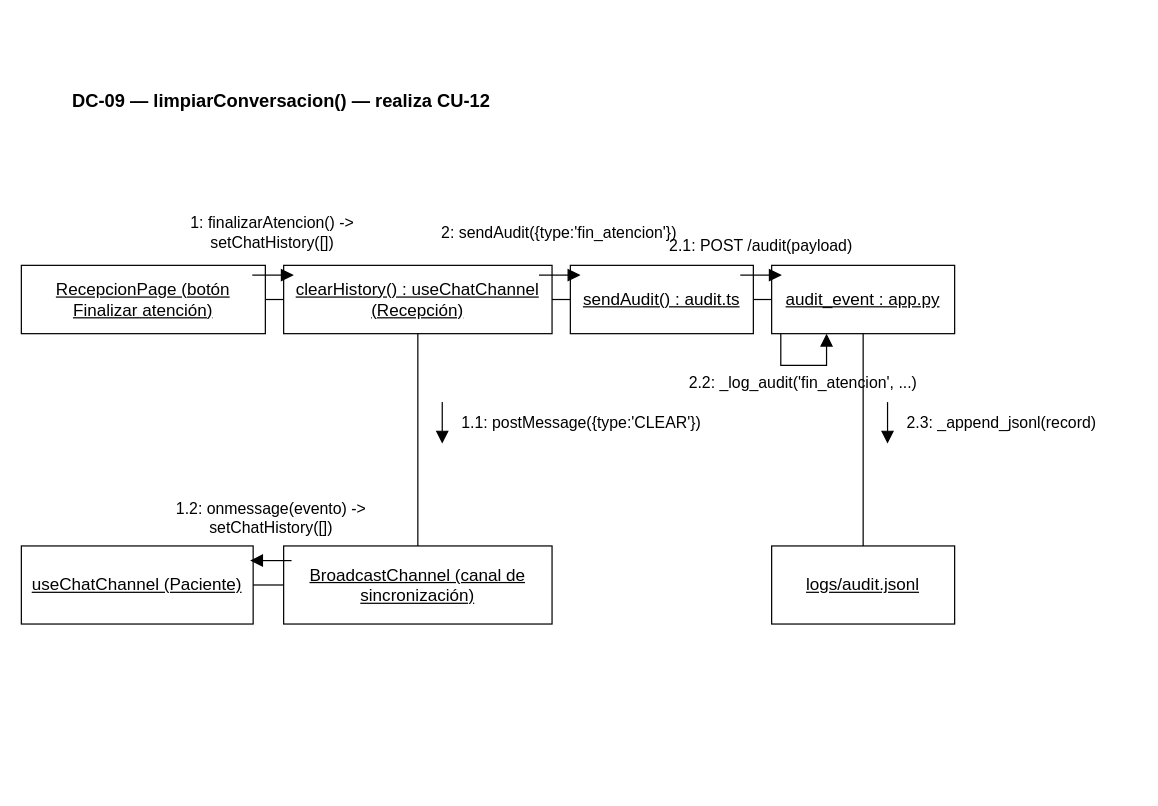
This is docs/diagramas/colaboracion/08_colaboracion_dc09.drawio from santinohamada/Nexora, a draw.io file, before an edit. Source tidied: cells renumbered, new cells numbered last; positions are measured from the earlier drawing's top-left corner, leaving out a move shared by most shapes. Both pictures are drawn from the tidied source at 122%, with x=0, y=0 at pixel (21, 82).
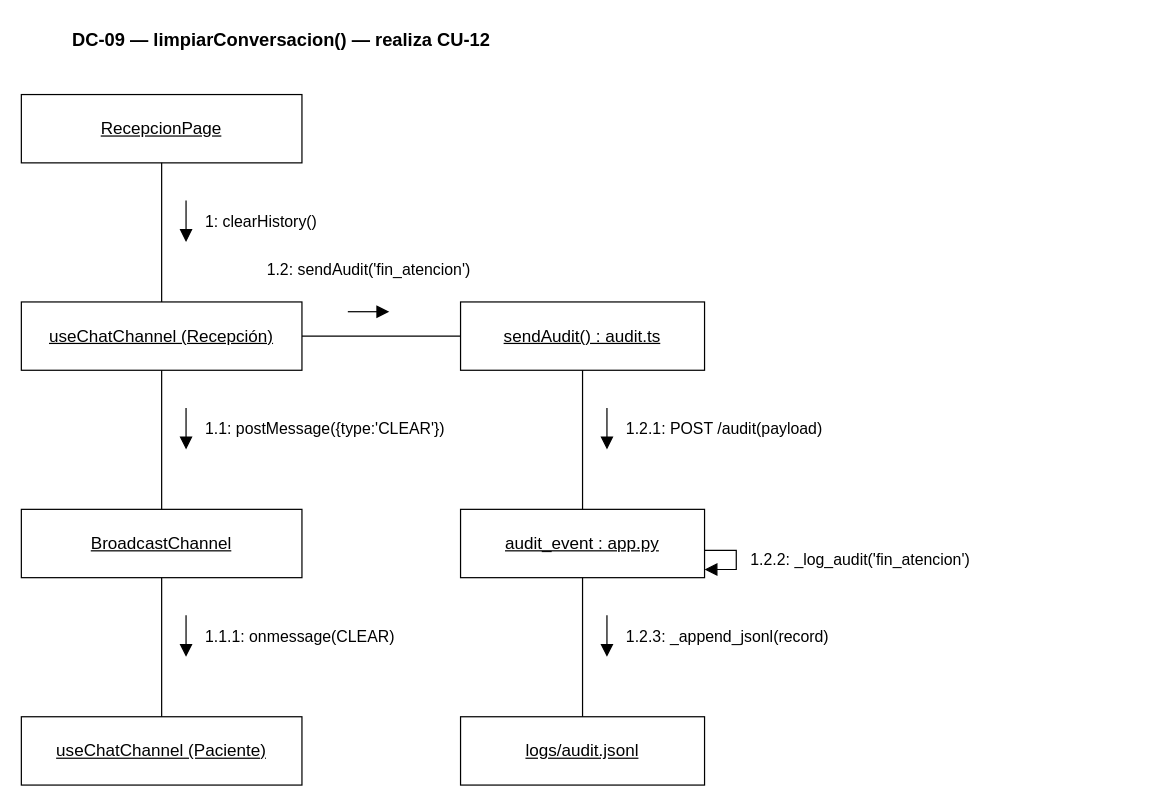
After the change.

What changed in the source:
```diff
@@
     <mxCell id="2" value="DC-09 — limpiarConversacion() — realiza CU-12" style="text;html=1;align=left;verticalAlign=middle;fontFamily=Helvetica;fontSize=15;fontStyle=1;whiteSpace=wrap;" parent="1" vertex="1">
-      <mxGeometry x="40" width="700" height="30" as="geometry" />
+      <mxGeometry x="40" y="-50" width="560" height="30" as="geometry" />
     </mxCell>
-    <mxCell id="3" value="&lt;u&gt;RecepcionPage (botón Finalizar atención)&lt;/u&gt;" style="rounded=0;whiteSpace=wrap;html=1;fillColor=#ffffff;strokeColor=#000000;fontFamily=Helvetica;fontSize=14;align=center;verticalAlign=middle;" parent="1" vertex="1">
-      <mxGeometry y="150" width="200" height="56" as="geometry" />
+    <mxCell id="3" value="&lt;u&gt;RecepcionPage&lt;/u&gt;" style="rounded=0;whiteSpace=wrap;html=1;fillColor=#ffffff;strokeColor=#000000;fontFamily=Helvetica;fontSize=14;align=center;verticalAlign=middle;" parent="1" vertex="1">
+      <mxGeometry y="10" width="230" height="56" as="geometry" />
     </mxCell>
-    <mxCell id="4" value="&lt;u&gt;clearHistory() : useChatChannel (Recepción)&lt;/u&gt;" style="rounded=0;whiteSpace=wrap;html=1;fillColor=#ffffff;strokeColor=#000000;fontFamily=Helvetica;fontSize=14;align=center;verticalAlign=middle;" parent="1" vertex="1">
-      <mxGeometry x="215" y="150" width="220" height="56" as="geometry" />
+    <mxCell id="4" value="&lt;u&gt;useChatChannel (Recepción)&lt;/u&gt;" style="rounded=0;whiteSpace=wrap;html=1;fillColor=#ffffff;strokeColor=#000000;fontFamily=Helvetica;fontSize=14;align=center;verticalAlign=middle;" parent="1" vertex="1">
+      <mxGeometry y="180" width="230" height="56" as="geometry" />
     </mxCell>
-    <mxCell id="5" value="&lt;u&gt;sendAudit() : audit.ts&lt;/u&gt;" style="rounded=0;whiteSpace=wrap;html=1;fillColor=#ffffff;strokeColor=#000000;fontFamily=Helvetica;fontSize=14;align=center;verticalAlign=middle;" parent="1" vertex="1">
-      <mxGeometry x="450" y="150" width="150" height="56" as="geometry" />
+    <mxCell id="5" value="&lt;u&gt;BroadcastChannel&lt;/u&gt;" style="rounded=0;whiteSpace=wrap;html=1;fillColor=#ffffff;strokeColor=#000000;fontFamily=Helvetica;fontSize=14;align=center;verticalAlign=middle;" parent="1" vertex="1">
+      <mxGeometry y="350" width="230" height="56" as="geometry" />
     </mxCell>
-    <mxCell id="6" value="&lt;u&gt;audit_event : app.py&lt;/u&gt;" style="rounded=0;whiteSpace=wrap;html=1;fillColor=#ffffff;strokeColor=#000000;fontFamily=Helvetica;fontSize=14;align=center;verticalAlign=middle;" parent="1" vertex="1">
-      <mxGeometry x="615" y="150" width="150" height="56" as="geometry" />
+    <mxCell id="6" value="&lt;u&gt;useChatChannel (Paciente)&lt;/u&gt;" style="rounded=0;whiteSpace=wrap;html=1;fillColor=#ffffff;strokeColor=#000000;fontFamily=Helvetica;fontSize=14;align=center;verticalAlign=middle;" parent="1" vertex="1">
+      <mxGeometry y="520" width="230" height="56" as="geometry" />
     </mxCell>
-    <mxCell id="7" value="&lt;u&gt;useChatChannel (Paciente)&lt;/u&gt;" style="rounded=0;whiteSpace=wrap;html=1;fillColor=#ffffff;strokeColor=#000000;fontFamily=Helvetica;fontSize=14;align=center;verticalAlign=middle;" parent="1" vertex="1">
-      <mxGeometry y="380" width="190" height="64" as="geometry" />
+    <mxCell id="7" value="&lt;u&gt;sendAudit() : audit.ts&lt;/u&gt;" style="rounded=0;whiteSpace=wrap;html=1;fillColor=#ffffff;strokeColor=#000000;fontFamily=Helvetica;fontSize=14;align=center;verticalAlign=middle;" parent="1" vertex="1">
+      <mxGeometry x="360" y="180" width="200" height="56" as="geometry" />
     </mxCell>
-    <mxCell id="8" value="&lt;u&gt;BroadcastChannel (canal de sincronización)&lt;/u&gt;" style="rounded=0;whiteSpace=wrap;html=1;fillColor=#ffffff;strokeColor=#000000;fontFamily=Helvetica;fontSize=14;align=center;verticalAlign=middle;" parent="1" vertex="1">
-      <mxGeometry x="215" y="380" width="220" height="64" as="geometry" />
+    <mxCell id="8" value="&lt;u&gt;audit_event : app.py&lt;/u&gt;" style="rounded=0;whiteSpace=wrap;html=1;fillColor=#ffffff;strokeColor=#000000;fontFamily=Helvetica;fontSize=14;align=center;verticalAlign=middle;" parent="1" vertex="1">
+      <mxGeometry x="360" y="350" width="200" height="56" as="geometry" />
     </mxCell>
     <mxCell id="9" value="&lt;u&gt;logs/audit.jsonl&lt;/u&gt;" style="rounded=0;whiteSpace=wrap;html=1;fillColor=#ffffff;strokeColor=#000000;fontFamily=Helvetica;fontSize=14;align=center;verticalAlign=middle;" parent="1" vertex="1">
-      <mxGeometry x="615" y="380" width="150" height="64" as="geometry" />
+      <mxGeometry x="360" y="520" width="200" height="56" as="geometry" />
     </mxCell>
     <mxCell id="10" style="endArrow=none;startArrow=none;html=1;strokeColor=#000000;strokeWidth=1;rounded=0;" parent="1" edge="1">
       <mxGeometry relative="1" as="geometry">
-        <mxPoint x="200" y="178" as="sourcePoint" />
-        <mxPoint x="215" y="178" as="targetPoint" />
+        <mxPoint x="115" y="66" as="sourcePoint" />
+        <mxPoint x="115" y="180" as="targetPoint" />
       </mxGeometry>
     </mxCell>
     <mxCell id="11" style="endArrow=block;startArrow=none;endFill=1;endSize=8;html=1;strokeColor=#000000;strokeWidth=1;rounded=0;" parent="1" edge="1">
       <mxGeometry relative="1" as="geometry">
-        <mxPoint x="189.3" y="158" as="sourcePoint" />
-        <mxPoint x="223.3" y="158" as="targetPoint" />
+        <mxPoint x="135" y="96.9" as="sourcePoint" />
+        <mxPoint x="135" y="130.9" as="targetPoint" />
       </mxGeometry>
     </mxCell>
-    <mxCell id="12" value="1: finalizarAtencion() -&gt; setChatHistory([])" style="text;html=1;align=center;verticalAlign=middle;fontFamily=Helvetica;fontSize=13;whiteSpace=wrap;" parent="1" vertex="1">
-      <mxGeometry x="96.3" y="102" width="220" height="42" as="geometry" />
+    <mxCell id="12" value="1: clearHistory()" style="text;html=1;align=left;verticalAlign=middle;fontFamily=Helvetica;fontSize=13;whiteSpace=wrap;" parent="1" vertex="1">
+      <mxGeometry x="149" y="103.9" width="133" height="20" as="geometry" />
     </mxCell>
     <mxCell id="13" style="endArrow=none;startArrow=none;html=1;strokeColor=#000000;strokeWidth=1;rounded=0;" parent="1" edge="1">
       <mxGeometry relative="1" as="geometry">
-        <mxPoint x="325" y="206" as="sourcePoint" />
-        <mxPoint x="325" y="380" as="targetPoint" />
+        <mxPoint x="115" y="236" as="sourcePoint" />
+        <mxPoint x="115" y="350" as="targetPoint" />
       </mxGeometry>
     </mxCell>
     <mxCell id="14" style="endArrow=block;startArrow=none;endFill=1;endSize=8;html=1;strokeColor=#000000;strokeWidth=1;rounded=0;" parent="1" edge="1">
       <mxGeometry relative="1" as="geometry">
-        <mxPoint x="345" y="262.1" as="sourcePoint" />
-        <mxPoint x="345" y="296.1" as="targetPoint" />
+        <mxPoint x="135" y="266.9" as="sourcePoint" />
+        <mxPoint x="135" y="300.9" as="targetPoint" />
       </mxGeometry>
     </mxCell>
     <mxCell id="15" value="1.1: postMessage({type:'CLEAR'})" style="text;html=1;align=left;verticalAlign=middle;fontFamily=Helvetica;fontSize=13;whiteSpace=wrap;" parent="1" vertex="1">
-      <mxGeometry x="359" y="258.1" width="220" height="42" as="geometry" />
+      <mxGeometry x="149" y="262.9" width="220" height="42" as="geometry" />
     </mxCell>
     <mxCell id="16" style="endArrow=none;startArrow=none;html=1;strokeColor=#000000;strokeWidth=1;rounded=0;" parent="1" edge="1">
       <mxGeometry relative="1" as="geometry">
-        <mxPoint x="215" y="412" as="sourcePoint" />
-        <mxPoint x="190" y="412" as="targetPoint" />
+        <mxPoint x="115" y="406" as="sourcePoint" />
+        <mxPoint x="115" y="520" as="targetPoint" />
       </mxGeometry>
     </mxCell>
     <mxCell id="17" style="endArrow=block;startArrow=none;endFill=1;endSize=8;html=1;strokeColor=#000000;strokeWidth=1;rounded=0;" parent="1" edge="1">
       <mxGeometry relative="1" as="geometry">
-        <mxPoint x="221.5" y="392" as="sourcePoint" />
-        <mxPoint x="187.5" y="392" as="targetPoint" />
+        <mxPoint x="135" y="436.9" as="sourcePoint" />
+        <mxPoint x="135" y="470.9" as="targetPoint" />
       </mxGeometry>
     </mxCell>
-    <mxCell id="18" value="1.2: onmessage(evento) -&gt; setChatHistory([])" style="text;html=1;align=center;verticalAlign=middle;fontFamily=Helvetica;fontSize=13;whiteSpace=wrap;" parent="1" vertex="1">
-      <mxGeometry x="94.5" y="336" width="220" height="42" as="geometry" />
+    <mxCell id="18" value="1.1.1: onmessage(CLEAR)" style="text;html=1;align=left;verticalAlign=middle;fontFamily=Helvetica;fontSize=13;whiteSpace=wrap;" parent="1" vertex="1">
+      <mxGeometry x="149" y="443.9" width="175" height="20" as="geometry" />
     </mxCell>
     <mxCell id="19" style="endArrow=none;startArrow=none;html=1;strokeColor=#000000;strokeWidth=1;rounded=0;" parent="1" edge="1">
       <mxGeometry relative="1" as="geometry">
-        <mxPoint x="435" y="178" as="sourcePoint" />
-        <mxPoint x="450" y="178" as="targetPoint" />
+        <mxPoint x="230" y="208" as="sourcePoint" />
+        <mxPoint x="360" y="208" as="targetPoint" />
       </mxGeometry>
     </mxCell>
     <mxCell id="20" style="endArrow=block;startArrow=none;endFill=1;endSize=8;html=1;strokeColor=#000000;strokeWidth=1;rounded=0;" parent="1" edge="1">
       <mxGeometry relative="1" as="geometry">
-        <mxPoint x="424.3" y="158" as="sourcePoint" />
-        <mxPoint x="458.3" y="158" as="targetPoint" />
+        <mxPoint x="267.6" y="188" as="sourcePoint" />
+        <mxPoint x="301.6" y="188" as="targetPoint" />
       </mxGeometry>
     </mxCell>
-    <mxCell id="21" value="2: sendAudit({type:'fin_atencion'})" style="text;html=1;align=center;verticalAlign=middle;fontFamily=Helvetica;fontSize=13;whiteSpace=wrap;" parent="1" vertex="1">
-      <mxGeometry x="331.3" y="102" width="220" height="42" as="geometry" />
+    <mxCell id="21" value="1.2: sendAudit('fin_atencion')" style="text;html=1;align=center;verticalAlign=middle;fontFamily=Helvetica;fontSize=13;whiteSpace=wrap;" parent="1" vertex="1">
+      <mxGeometry x="174.6" y="132" width="220" height="42" as="geometry" />
     </mxCell>
     <mxCell id="22" style="endArrow=none;startArrow=none;html=1;strokeColor=#000000;strokeWidth=1;rounded=0;" parent="1" edge="1">
       <mxGeometry relative="1" as="geometry">
-        <mxPoint x="600" y="178" as="sourcePoint" />
-        <mxPoint x="615" y="178" as="targetPoint" />
+        <mxPoint x="460" y="236" as="sourcePoint" />
+        <mxPoint x="460" y="350" as="targetPoint" />
       </mxGeometry>
     </mxCell>
     <mxCell id="23" style="endArrow=block;startArrow=none;endFill=1;endSize=8;html=1;strokeColor=#000000;strokeWidth=1;rounded=0;" parent="1" edge="1">
       <mxGeometry relative="1" as="geometry">
-        <mxPoint x="589.3" y="158" as="sourcePoint" />
-        <mxPoint x="623.3" y="158" as="targetPoint" />
+        <mxPoint x="480" y="266.9" as="sourcePoint" />
+        <mxPoint x="480" y="300.9" as="targetPoint" />
       </mxGeometry>
     </mxCell>
-    <mxCell id="24" value="2.1: POST /audit(payload)" style="text;html=1;align=center;verticalAlign=middle;fontFamily=Helvetica;fontSize=13;whiteSpace=wrap;" parent="1" vertex="1">
-      <mxGeometry x="511.8" y="124" width="189" height="20" as="geometry" />
+    <mxCell id="24" value="1.2.1: POST /audit(payload)" style="text;html=1;align=left;verticalAlign=middle;fontFamily=Helvetica;fontSize=13;whiteSpace=wrap;" parent="1" vertex="1">
+      <mxGeometry x="494" y="262.9" width="220" height="42" as="geometry" />
     </mxCell>
     <mxCell id="25" style="endArrow=block;startArrow=none;endFill=1;endSize=8;html=1;strokeColor=#000000;strokeWidth=1;rounded=0;" parent="1" edge="1">
       <mxGeometry relative="1" as="geometry">
-        <mxPoint x="622.5" y="206" as="sourcePoint" />
-        <mxPoint x="660" y="206" as="targetPoint" />
+        <mxPoint x="560" y="383.6" as="sourcePoint" />
+        <mxPoint x="560" y="399.3" as="targetPoint" />
         <Array as="points">
-          <mxPoint x="622.5" y="232" />
-          <mxPoint x="660" y="232" />
+          <mxPoint x="586" y="383.6" />
+          <mxPoint x="586" y="399.3" />
         </Array>
       </mxGeometry>
     </mxCell>
-    <mxCell id="26" value="2.2: _log_audit('fin_atencion', ...)" style="text;html=1;align=center;verticalAlign=middle;fontFamily=Helvetica;fontSize=13;whiteSpace=wrap;" parent="1" vertex="1">
-      <mxGeometry x="526.2" y="225" width="230" height="42" as="geometry" />
+    <mxCell id="26" value="1.2.2: _log_audit('fin_atencion')" style="text;html=1;align=left;verticalAlign=middle;fontFamily=Helvetica;fontSize=13;whiteSpace=wrap;" parent="1" vertex="1">
+      <mxGeometry x="596" y="370.4" width="230" height="42" as="geometry" />
     </mxCell>
     <mxCell id="27" style="endArrow=none;startArrow=none;html=1;strokeColor=#000000;strokeWidth=1;rounded=0;" parent="1" edge="1">
       <mxGeometry relative="1" as="geometry">
-        <mxPoint x="690" y="206" as="sourcePoint" />
-        <mxPoint x="690" y="380" as="targetPoint" />
+        <mxPoint x="460" y="406" as="sourcePoint" />
+        <mxPoint x="460" y="520" as="targetPoint" />
       </mxGeometry>
     </mxCell>
     <mxCell id="28" style="endArrow=block;startArrow=none;endFill=1;endSize=8;html=1;strokeColor=#000000;strokeWidth=1;rounded=0;" parent="1" edge="1">
       <mxGeometry relative="1" as="geometry">
-        <mxPoint x="710" y="262.1" as="sourcePoint" />
-        <mxPoint x="710" y="296.1" as="targetPoint" />
+        <mxPoint x="480" y="436.9" as="sourcePoint" />
+        <mxPoint x="480" y="470.9" as="targetPoint" />
       </mxGeometry>
     </mxCell>
-    <mxCell id="29" value="2.3: _append_jsonl(record)" style="text;html=1;align=left;verticalAlign=middle;fontFamily=Helvetica;fontSize=13;whiteSpace=wrap;" parent="1" vertex="1">
-      <mxGeometry x="724" y="269.1" width="190" height="20" as="geometry" />
+    <mxCell id="29" value="1.2.3: _append_jsonl(record)" style="text;html=1;align=left;verticalAlign=middle;fontFamily=Helvetica;fontSize=13;whiteSpace=wrap;" parent="1" vertex="1">
+      <mxGeometry x="494" y="432.9" width="220" height="42" as="geometry" />
     </mxCell>
```
